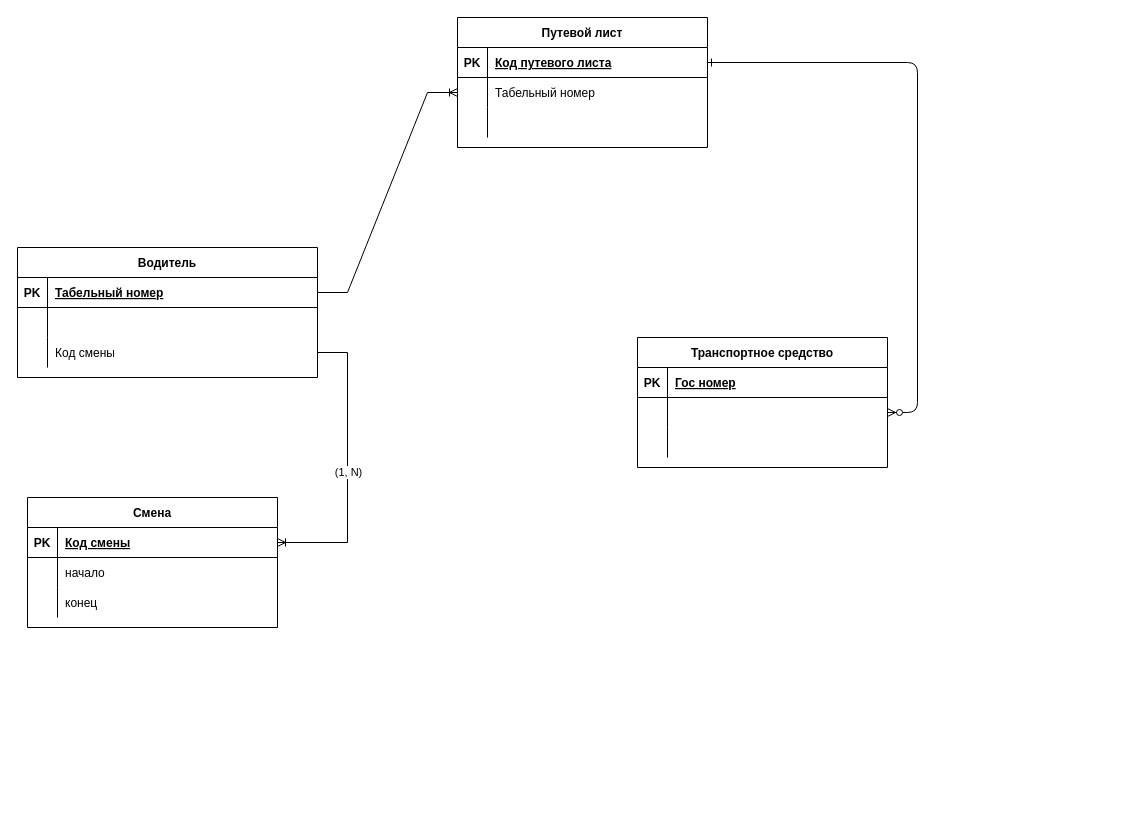
Before: Диаграмма без названия.drawio in psihioga/Sendsay_test_exercise, a draw.io diagram. Source tidied: cells renumbered, new cells numbered last; positions are measured from the earlier drawing's top-left corner, leaving out a move shared by most shapes. Both pictures are drawn from the tidied source at 100%, with x=0, y=0 at pixel (17, 17).
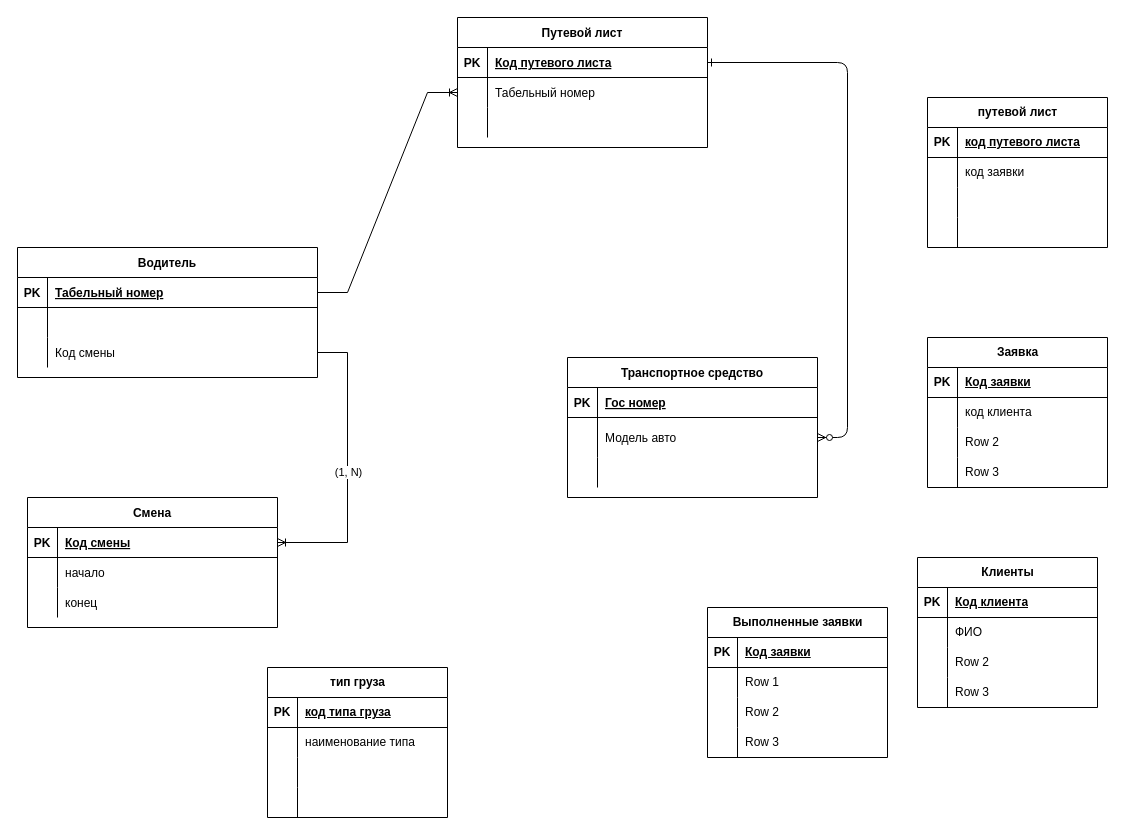
Above is the later version.

Change to the diagram source:
```diff
@@
     <mxCell id="13" value="Транспортное средство" style="shape=table;startSize=30;childLayout=tableLayout;rowLines=0;fontStyle=1;align=center;" parent="1" vertex="1">
-      <mxGeometry x="620" y="320" width="250" height="130" as="geometry" />
+      <mxGeometry x="550" y="340" width="250" height="140" as="geometry" />
     </mxCell>
@@
     <mxCell id="17" style="shape=partialRectangle;fillColor=none;points=[[0,0.5],[1,0.5]];portConstraint=eastwest;top=0;left=0;right=0;bottom=0;" parent="13" vertex="1">
-      <mxGeometry y="60" width="250" height="30" as="geometry" />
+      <mxGeometry y="60" width="250" height="40" as="geometry" />
     </mxCell>
     <mxCell id="18" style="shape=partialRectangle;overflow=hidden;fillColor=none;top=0;left=0;bottom=0;right=0;" parent="17" vertex="1">
-      <mxGeometry width="30" height="30" as="geometry" />
+      <mxGeometry width="30" height="40" as="geometry" />
     </mxCell>
-    <mxCell id="19" style="shape=partialRectangle;overflow=hidden;fillColor=none;top=0;left=0;bottom=0;right=0;align=left;spacingLeft=6;" parent="17" vertex="1">
-      <mxGeometry x="30" width="220" height="30" as="geometry" />
+    <mxCell id="19" value="Модель авто" style="shape=partialRectangle;overflow=hidden;fillColor=none;top=0;left=0;bottom=0;right=0;align=left;spacingLeft=6;" parent="17" vertex="1">
+      <mxGeometry x="30" width="220" height="40" as="geometry" />
     </mxCell>
     <mxCell id="20" style="shape=partialRectangle;fillColor=none;top=0;left=0;right=0;bottom=0;" parent="13" vertex="1">
-      <mxGeometry y="90" width="250" height="30" as="geometry" />
+      <mxGeometry y="100" width="250" height="30" as="geometry" />
     </mxCell>
@@
+    <mxCell id="46" value="тип груза" style="shape=table;startSize=30;childLayout=tableLayout;rowLines=0;fontStyle=1;align=center;html=1;" parent="1" vertex="1">
+      <mxGeometry x="250" y="650" width="180" height="150" as="geometry" />
+    </mxCell>
+    <mxCell id="47" style="shape=tableRow;horizontal=0;startSize=0;swimlaneHead=0;swimlaneBody=0;fillColor=none;top=0;left=0;right=0;bottom=1;" parent="46" vertex="1">
+      <mxGeometry y="30" width="180" height="30" as="geometry" />
+    </mxCell>
+    <mxCell id="48" value="PK" style="shape=partialRectangle;fillColor=none;top=0;left=0;bottom=0;right=0;fontStyle=1;overflow=hidden;whiteSpace=wrap;html=1;" parent="47" vertex="1">
+      <mxGeometry width="30" height="30" as="geometry" />
+    </mxCell>
+    <mxCell id="49" value="код типа груза" style="shape=partialRectangle;fillColor=none;top=0;left=0;bottom=0;right=0;align=left;spacingLeft=6;fontStyle=5;overflow=hidden;whiteSpace=wrap;html=1;" parent="47" vertex="1">
+      <mxGeometry x="30" width="150" height="30" as="geometry" />
+    </mxCell>
+    <mxCell id="50" style="shape=tableRow;horizontal=0;startSize=0;swimlaneHead=0;swimlaneBody=0;fillColor=none;top=0;left=0;right=0;bottom=0;" parent="46" vertex="1">
+      <mxGeometry y="60" width="180" height="30" as="geometry" />
+    </mxCell>
+    <mxCell id="51" style="shape=partialRectangle;fillColor=none;top=0;left=0;bottom=0;right=0;overflow=hidden;whiteSpace=wrap;html=1;" parent="50" vertex="1">
+      <mxGeometry width="30" height="30" as="geometry" />
+    </mxCell>
+    <mxCell id="52" value="наименование типа" style="shape=partialRectangle;fillColor=none;top=0;left=0;bottom=0;right=0;align=left;spacingLeft=6;overflow=hidden;whiteSpace=wrap;html=1;" parent="50" vertex="1">
+      <mxGeometry x="30" width="150" height="30" as="geometry" />
+    </mxCell>
+    <mxCell id="53" style="shape=tableRow;horizontal=0;startSize=0;swimlaneHead=0;swimlaneBody=0;fillColor=none;top=0;left=0;right=0;bottom=0;" parent="46" vertex="1">
+      <mxGeometry y="90" width="180" height="30" as="geometry" />
+    </mxCell>
+    <mxCell id="54" style="shape=partialRectangle;fillColor=none;top=0;left=0;bottom=0;right=0;overflow=hidden;whiteSpace=wrap;html=1;" parent="53" vertex="1">
+      <mxGeometry width="30" height="30" as="geometry" />
+    </mxCell>
+    <mxCell id="55" style="shape=partialRectangle;fillColor=none;top=0;left=0;bottom=0;right=0;align=left;spacingLeft=6;overflow=hidden;whiteSpace=wrap;html=1;" parent="53" vertex="1">
+      <mxGeometry x="30" width="150" height="30" as="geometry" />
+    </mxCell>
+    <mxCell id="56" style="shape=tableRow;horizontal=0;startSize=0;swimlaneHead=0;swimlaneBody=0;fillColor=none;top=0;left=0;right=0;bottom=0;" parent="46" vertex="1">
+      <mxGeometry y="120" width="180" height="30" as="geometry" />
+    </mxCell>
+    <mxCell id="57" style="shape=partialRectangle;fillColor=none;top=0;left=0;bottom=0;right=0;overflow=hidden;whiteSpace=wrap;html=1;" parent="56" vertex="1">
+      <mxGeometry width="30" height="30" as="geometry" />
+    </mxCell>
+    <mxCell id="58" style="shape=partialRectangle;fillColor=none;top=0;left=0;bottom=0;right=0;align=left;spacingLeft=6;overflow=hidden;whiteSpace=wrap;html=1;" parent="56" vertex="1">
+      <mxGeometry x="30" width="150" height="30" as="geometry" />
+    </mxCell>
+    <mxCell id="59" value="путевой лист" style="shape=table;startSize=30;childLayout=tableLayout;rowLines=0;fontStyle=1;align=center;html=1;" parent="1" vertex="1">
+      <mxGeometry x="910" y="80" width="180" height="150" as="geometry" />
+    </mxCell>
+    <mxCell id="60" style="shape=tableRow;horizontal=0;startSize=0;swimlaneHead=0;swimlaneBody=0;fillColor=none;top=0;left=0;right=0;bottom=1;" parent="59" vertex="1">
+      <mxGeometry y="30" width="180" height="30" as="geometry" />
+    </mxCell>
+    <mxCell id="61" value="PK" style="shape=partialRectangle;fillColor=none;top=0;left=0;bottom=0;right=0;fontStyle=1;overflow=hidden;whiteSpace=wrap;html=1;" parent="60" vertex="1">
+      <mxGeometry width="30" height="30" as="geometry" />
+    </mxCell>
+    <mxCell id="62" value="код путевого листа" style="shape=partialRectangle;fillColor=none;top=0;left=0;bottom=0;right=0;align=left;spacingLeft=6;fontStyle=5;overflow=hidden;whiteSpace=wrap;html=1;" parent="60" vertex="1">
+      <mxGeometry x="30" width="150" height="30" as="geometry" />
+    </mxCell>
+    <mxCell id="63" style="shape=tableRow;horizontal=0;startSize=0;swimlaneHead=0;swimlaneBody=0;fillColor=none;top=0;left=0;right=0;bottom=0;" parent="59" vertex="1">
+      <mxGeometry y="60" width="180" height="30" as="geometry" />
+    </mxCell>
+    <mxCell id="64" style="shape=partialRectangle;fillColor=none;top=0;left=0;bottom=0;right=0;overflow=hidden;whiteSpace=wrap;html=1;" parent="63" vertex="1">
+      <mxGeometry width="30" height="30" as="geometry" />
+    </mxCell>
+    <mxCell id="65" value="код заявки" style="shape=partialRectangle;fillColor=none;top=0;left=0;bottom=0;right=0;align=left;spacingLeft=6;overflow=hidden;whiteSpace=wrap;html=1;" parent="63" vertex="1">
+      <mxGeometry x="30" width="150" height="30" as="geometry" />
+    </mxCell>
+    <mxCell id="66" style="shape=tableRow;horizontal=0;startSize=0;swimlaneHead=0;swimlaneBody=0;fillColor=none;top=0;left=0;right=0;bottom=0;" parent="59" vertex="1">
+      <mxGeometry y="90" width="180" height="30" as="geometry" />
+    </mxCell>
+    <mxCell id="67" style="shape=partialRectangle;fillColor=none;top=0;left=0;bottom=0;right=0;overflow=hidden;whiteSpace=wrap;html=1;" parent="66" vertex="1">
+      <mxGeometry width="30" height="30" as="geometry" />
+    </mxCell>
+    <mxCell id="68" style="shape=partialRectangle;fillColor=none;top=0;left=0;bottom=0;right=0;align=left;spacingLeft=6;overflow=hidden;whiteSpace=wrap;html=1;" parent="66" vertex="1">
+      <mxGeometry x="30" width="150" height="30" as="geometry" />
+    </mxCell>
+    <mxCell id="69" style="shape=tableRow;horizontal=0;startSize=0;swimlaneHead=0;swimlaneBody=0;fillColor=none;top=0;left=0;right=0;bottom=0;" parent="59" vertex="1">
+      <mxGeometry y="120" width="180" height="30" as="geometry" />
+    </mxCell>
+    <mxCell id="70" style="shape=partialRectangle;fillColor=none;top=0;left=0;bottom=0;right=0;overflow=hidden;whiteSpace=wrap;html=1;" parent="69" vertex="1">
+      <mxGeometry width="30" height="30" as="geometry" />
+    </mxCell>
+    <mxCell id="71" style="shape=partialRectangle;fillColor=none;top=0;left=0;bottom=0;right=0;align=left;spacingLeft=6;overflow=hidden;whiteSpace=wrap;html=1;" parent="69" vertex="1">
+      <mxGeometry x="30" width="150" height="30" as="geometry" />
+    </mxCell>
+    <mxCell id="72" value="Заявка" style="shape=table;startSize=30;childLayout=tableLayout;rowLines=0;fontStyle=1;align=center;html=1;" parent="1" vertex="1">
+      <mxGeometry x="910" y="320" width="180" height="150" as="geometry" />
+    </mxCell>
+    <mxCell id="73" style="shape=tableRow;horizontal=0;startSize=0;swimlaneHead=0;swimlaneBody=0;fillColor=none;top=0;left=0;right=0;bottom=1;" parent="72" vertex="1">
+      <mxGeometry y="30" width="180" height="30" as="geometry" />
+    </mxCell>
+    <mxCell id="74" value="PK" style="shape=partialRectangle;fillColor=none;top=0;left=0;bottom=0;right=0;fontStyle=1;overflow=hidden;whiteSpace=wrap;html=1;" parent="73" vertex="1">
+      <mxGeometry width="30" height="30" as="geometry" />
+    </mxCell>
+    <mxCell id="75" value="Код заявки" style="shape=partialRectangle;fillColor=none;top=0;left=0;bottom=0;right=0;align=left;spacingLeft=6;fontStyle=5;overflow=hidden;whiteSpace=wrap;html=1;" parent="73" vertex="1">
+      <mxGeometry x="30" width="150" height="30" as="geometry" />
+    </mxCell>
+    <mxCell id="76" style="shape=tableRow;horizontal=0;startSize=0;swimlaneHead=0;swimlaneBody=0;fillColor=none;top=0;left=0;right=0;bottom=0;" parent="72" vertex="1">
+      <mxGeometry y="60" width="180" height="30" as="geometry" />
+    </mxCell>
+    <mxCell id="77" style="shape=partialRectangle;fillColor=none;top=0;left=0;bottom=0;right=0;overflow=hidden;whiteSpace=wrap;html=1;" parent="76" vertex="1">
+      <mxGeometry width="30" height="30" as="geometry" />
+    </mxCell>
+    <mxCell id="78" value="код клиента" style="shape=partialRectangle;fillColor=none;top=0;left=0;bottom=0;right=0;align=left;spacingLeft=6;overflow=hidden;whiteSpace=wrap;html=1;" parent="76" vertex="1">
+      <mxGeometry x="30" width="150" height="30" as="geometry" />
+    </mxCell>
+    <mxCell id="79" style="shape=tableRow;horizontal=0;startSize=0;swimlaneHead=0;swimlaneBody=0;fillColor=none;top=0;left=0;right=0;bottom=0;" parent="72" vertex="1">
+      <mxGeometry y="90" width="180" height="30" as="geometry" />
+    </mxCell>
+    <mxCell id="80" style="shape=partialRectangle;fillColor=none;top=0;left=0;bottom=0;right=0;overflow=hidden;whiteSpace=wrap;html=1;" parent="79" vertex="1">
+      <mxGeometry width="30" height="30" as="geometry" />
+    </mxCell>
+    <mxCell id="81" value="Row 2" style="shape=partialRectangle;fillColor=none;top=0;left=0;bottom=0;right=0;align=left;spacingLeft=6;overflow=hidden;whiteSpace=wrap;html=1;" parent="79" vertex="1">
+      <mxGeometry x="30" width="150" height="30" as="geometry" />
+    </mxCell>
+    <mxCell id="82" style="shape=tableRow;horizontal=0;startSize=0;swimlaneHead=0;swimlaneBody=0;fillColor=none;top=0;left=0;right=0;bottom=0;" parent="72" vertex="1">
+      <mxGeometry y="120" width="180" height="30" as="geometry" />
+    </mxCell>
+    <mxCell id="83" style="shape=partialRectangle;fillColor=none;top=0;left=0;bottom=0;right=0;overflow=hidden;whiteSpace=wrap;html=1;" parent="82" vertex="1">
+      <mxGeometry width="30" height="30" as="geometry" />
+    </mxCell>
+    <mxCell id="84" value="Row 3" style="shape=partialRectangle;fillColor=none;top=0;left=0;bottom=0;right=0;align=left;spacingLeft=6;overflow=hidden;whiteSpace=wrap;html=1;" parent="82" vertex="1">
+      <mxGeometry x="30" width="150" height="30" as="geometry" />
+    </mxCell>
+    <mxCell id="85" value="Клиенты" style="shape=table;startSize=30;childLayout=tableLayout;rowLines=0;fontStyle=1;align=center;html=1;" parent="1" vertex="1">
+      <mxGeometry x="900" y="540" width="180" height="150" as="geometry" />
+    </mxCell>
+    <mxCell id="86" style="shape=tableRow;horizontal=0;startSize=0;swimlaneHead=0;swimlaneBody=0;fillColor=none;top=0;left=0;right=0;bottom=1;" parent="85" vertex="1">
+      <mxGeometry y="30" width="180" height="30" as="geometry" />
+    </mxCell>
+    <mxCell id="87" value="PK" style="shape=partialRectangle;fillColor=none;top=0;left=0;bottom=0;right=0;fontStyle=1;overflow=hidden;whiteSpace=wrap;html=1;" parent="86" vertex="1">
+      <mxGeometry width="30" height="30" as="geometry" />
+    </mxCell>
+    <mxCell id="88" value="Код клиента" style="shape=partialRectangle;fillColor=none;top=0;left=0;bottom=0;right=0;align=left;spacingLeft=6;fontStyle=5;overflow=hidden;whiteSpace=wrap;html=1;" parent="86" vertex="1">
+      <mxGeometry x="30" width="150" height="30" as="geometry" />
+    </mxCell>
+    <mxCell id="89" style="shape=tableRow;horizontal=0;startSize=0;swimlaneHead=0;swimlaneBody=0;fillColor=none;top=0;left=0;right=0;bottom=0;" parent="85" vertex="1">
+      <mxGeometry y="60" width="180" height="30" as="geometry" />
+    </mxCell>
+    <mxCell id="90" style="shape=partialRectangle;fillColor=none;top=0;left=0;bottom=0;right=0;overflow=hidden;whiteSpace=wrap;html=1;" parent="89" vertex="1">
+      <mxGeometry width="30" height="30" as="geometry" />
+    </mxCell>
+    <mxCell id="91" value="ФИО" style="shape=partialRectangle;fillColor=none;top=0;left=0;bottom=0;right=0;align=left;spacingLeft=6;overflow=hidden;whiteSpace=wrap;html=1;" parent="89" vertex="1">
+      <mxGeometry x="30" width="150" height="30" as="geometry" />
+    </mxCell>
+    <mxCell id="92" style="shape=tableRow;horizontal=0;startSize=0;swimlaneHead=0;swimlaneBody=0;fillColor=none;top=0;left=0;right=0;bottom=0;" parent="85" vertex="1">
+      <mxGeometry y="90" width="180" height="30" as="geometry" />
+    </mxCell>
+    <mxCell id="93" style="shape=partialRectangle;fillColor=none;top=0;left=0;bottom=0;right=0;overflow=hidden;whiteSpace=wrap;html=1;" parent="92" vertex="1">
+      <mxGeometry width="30" height="30" as="geometry" />
+    </mxCell>
+    <mxCell id="94" value="Row 2" style="shape=partialRectangle;fillColor=none;top=0;left=0;bottom=0;right=0;align=left;spacingLeft=6;overflow=hidden;whiteSpace=wrap;html=1;" parent="92" vertex="1">
+      <mxGeometry x="30" width="150" height="30" as="geometry" />
+    </mxCell>
+    <mxCell id="95" style="shape=tableRow;horizontal=0;startSize=0;swimlaneHead=0;swimlaneBody=0;fillColor=none;top=0;left=0;right=0;bottom=0;" parent="85" vertex="1">
+      <mxGeometry y="120" width="180" height="30" as="geometry" />
+    </mxCell>
+    <mxCell id="96" style="shape=partialRectangle;fillColor=none;top=0;left=0;bottom=0;right=0;overflow=hidden;whiteSpace=wrap;html=1;" parent="95" vertex="1">
+      <mxGeometry width="30" height="30" as="geometry" />
+    </mxCell>
+    <mxCell id="97" value="Row 3" style="shape=partialRectangle;fillColor=none;top=0;left=0;bottom=0;right=0;align=left;spacingLeft=6;overflow=hidden;whiteSpace=wrap;html=1;" parent="95" vertex="1">
+      <mxGeometry x="30" width="150" height="30" as="geometry" />
+    </mxCell>
+    <mxCell id="98" value="Выполненные заявки" style="shape=table;startSize=30;childLayout=tableLayout;rowLines=0;fontStyle=1;align=center;html=1;" parent="1" vertex="1">
+      <mxGeometry x="690" y="590" width="180" height="150" as="geometry" />
+    </mxCell>
+    <mxCell id="99" style="shape=tableRow;horizontal=0;startSize=0;swimlaneHead=0;swimlaneBody=0;fillColor=none;top=0;left=0;right=0;bottom=1;" parent="98" vertex="1">
+      <mxGeometry y="30" width="180" height="30" as="geometry" />
+    </mxCell>
+    <mxCell id="100" value="PK" style="shape=partialRectangle;fillColor=none;top=0;left=0;bottom=0;right=0;fontStyle=1;overflow=hidden;whiteSpace=wrap;html=1;" parent="99" vertex="1">
+      <mxGeometry width="30" height="30" as="geometry" />
+    </mxCell>
+    <mxCell id="101" value="Код заявки" style="shape=partialRectangle;fillColor=none;top=0;left=0;bottom=0;right=0;align=left;spacingLeft=6;fontStyle=5;overflow=hidden;whiteSpace=wrap;html=1;" parent="99" vertex="1">
+      <mxGeometry x="30" width="150" height="30" as="geometry" />
+    </mxCell>
+    <mxCell id="102" style="shape=tableRow;horizontal=0;startSize=0;swimlaneHead=0;swimlaneBody=0;fillColor=none;top=0;left=0;right=0;bottom=0;" parent="98" vertex="1">
+      <mxGeometry y="60" width="180" height="30" as="geometry" />
+    </mxCell>
+    <mxCell id="103" style="shape=partialRectangle;fillColor=none;top=0;left=0;bottom=0;right=0;overflow=hidden;whiteSpace=wrap;html=1;" parent="102" vertex="1">
+      <mxGeometry width="30" height="30" as="geometry" />
+    </mxCell>
+    <mxCell id="104" value="Row 1" style="shape=partialRectangle;fillColor=none;top=0;left=0;bottom=0;right=0;align=left;spacingLeft=6;overflow=hidden;whiteSpace=wrap;html=1;" parent="102" vertex="1">
+      <mxGeometry x="30" width="150" height="30" as="geometry" />
+    </mxCell>
+    <mxCell id="105" style="shape=tableRow;horizontal=0;startSize=0;swimlaneHead=0;swimlaneBody=0;fillColor=none;top=0;left=0;right=0;bottom=0;" parent="98" vertex="1">
+      <mxGeometry y="90" width="180" height="30" as="geometry" />
+    </mxCell>
+    <mxCell id="106" style="shape=partialRectangle;fillColor=none;top=0;left=0;bottom=0;right=0;overflow=hidden;whiteSpace=wrap;html=1;" parent="105" vertex="1">
+      <mxGeometry width="30" height="30" as="geometry" />
+    </mxCell>
+    <mxCell id="107" value="Row 2" style="shape=partialRectangle;fillColor=none;top=0;left=0;bottom=0;right=0;align=left;spacingLeft=6;overflow=hidden;whiteSpace=wrap;html=1;" parent="105" vertex="1">
+      <mxGeometry x="30" width="150" height="30" as="geometry" />
+    </mxCell>
+    <mxCell id="108" style="shape=tableRow;horizontal=0;startSize=0;swimlaneHead=0;swimlaneBody=0;fillColor=none;top=0;left=0;right=0;bottom=0;" parent="98" vertex="1">
+      <mxGeometry y="120" width="180" height="30" as="geometry" />
+    </mxCell>
+    <mxCell id="109" style="shape=partialRectangle;fillColor=none;top=0;left=0;bottom=0;right=0;overflow=hidden;whiteSpace=wrap;html=1;" parent="108" vertex="1">
+      <mxGeometry width="30" height="30" as="geometry" />
+    </mxCell>
+    <mxCell id="110" value="Row 3" style="shape=partialRectangle;fillColor=none;top=0;left=0;bottom=0;right=0;align=left;spacingLeft=6;overflow=hidden;whiteSpace=wrap;html=1;" parent="108" vertex="1">
+      <mxGeometry x="30" width="150" height="30" as="geometry" />
+    </mxCell>
```
